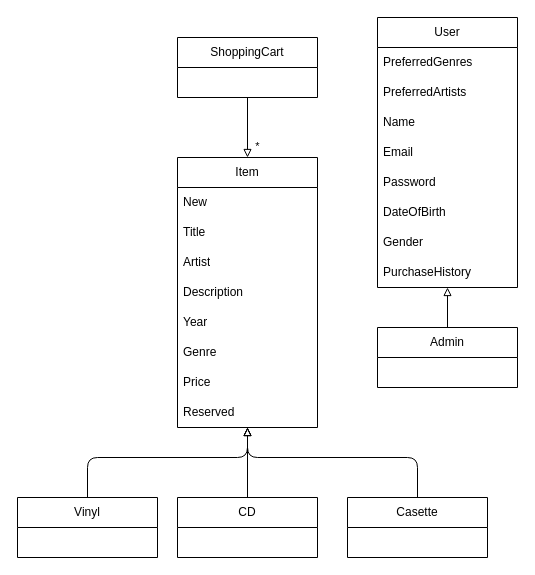
Earlier version of the draw.io diagram diagrams/ERD.drawio (JochemGrootherder/educom-webshop-runtime-records). Source tidied: cells renumbered, new cells numbered last; positions are measured from the earlier drawing's top-left corner, leaving out a move shared by most shapes. Both pictures are drawn from the tidied source at 100%, with x=0, y=0 at pixel (17, 17).
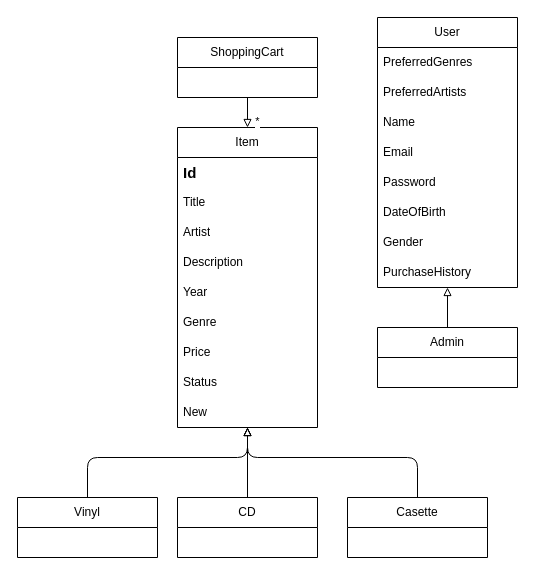
Above is the later version.

The edit, as a diff of the source:
```diff
@@
     <mxCell id="2" value="Item" style="swimlane;fontStyle=0;horizontal=1;startSize=30;whiteSpace=wrap;html=1;" parent="1" vertex="1">
-      <mxGeometry x="160" y="140" width="140" height="270" as="geometry" />
+      <mxGeometry x="160" y="110" width="140" height="300" as="geometry" />
     </mxCell>
-    <mxCell id="3" value="New" style="text;strokeColor=none;fillColor=none;align=left;verticalAlign=middle;spacingLeft=4;spacingRight=4;overflow=hidden;whiteSpace=wrap;html=1;" parent="2" vertex="1">
-      <mxGeometry y="30" width="140" height="30" as="geometry" />
-    </mxCell>
+    <mxCell id="30" value="Id" style="text;strokeColor=none;fillColor=none;align=left;verticalAlign=middle;spacingLeft=4;spacingRight=4;overflow=hidden;whiteSpace=wrap;html=1;fontStyle=1;fontSize=15;" parent="2" vertex="1">
+      <mxGeometry y="30" width="140" height="30" as="geometry" />
+    </mxCell>
@@
-    <mxCell id="10" value="Reserved" style="text;strokeColor=none;fillColor=none;align=left;verticalAlign=middle;spacingLeft=4;spacingRight=4;overflow=hidden;whiteSpace=wrap;html=1;" parent="2" vertex="1">
+    <mxCell id="10" value="Status" style="text;strokeColor=none;fillColor=none;align=left;verticalAlign=middle;spacingLeft=4;spacingRight=4;overflow=hidden;whiteSpace=wrap;html=1;" parent="2" vertex="1">
       <mxGeometry y="240" width="140" height="30" as="geometry" />
     </mxCell>
+    <mxCell id="3" value="New" style="text;strokeColor=none;fillColor=none;align=left;verticalAlign=middle;spacingLeft=4;spacingRight=4;overflow=hidden;whiteSpace=wrap;html=1;" parent="2" vertex="1">
+      <mxGeometry y="270" width="140" height="30" as="geometry" />
+    </mxCell>
```
